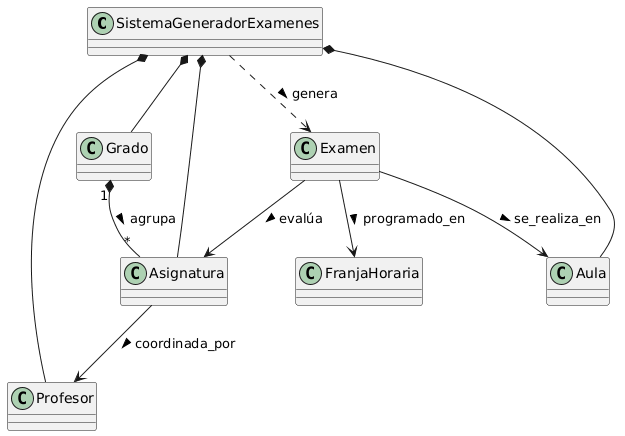
Before: modelos/images/primeraReunionConCliente/DiagramaClasesGeneradorExamenes.png, a diagram exported from PlantUML (Alejandrojuarez0105/25-26-IdSw1-SdR).
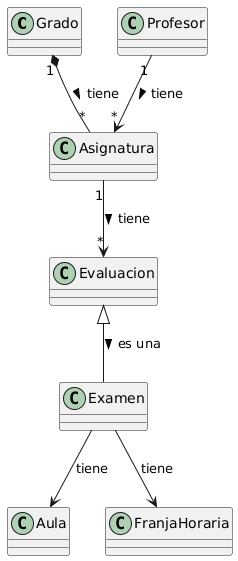
Above is the later version.

Commit message:
Modificación diagrama de clases

Diff of the diagram source:
```diff
@@ -1,28 +1,27 @@
 @startuml
-class SistemaGeneradorExamenes
 
 class Grado
 class Asignatura
 class Profesor
+
+class Evaluacion
+class Examen
+
 class Aula
-
-class Examen
 class FranjaHoraria
 
 
+Evaluacion <|-- Examen : es una >
 
-SistemaGeneradorExamenes *-- Grado
-SistemaGeneradorExamenes *-- Asignatura
-SistemaGeneradorExamenes *-- Profesor
-SistemaGeneradorExamenes *-- Aula
 
-Grado "1" *-- "*" Asignatura : agrupa >
+Grado "1" *-- "*" Asignatura : tiene >
 
-Asignatura --> Profesor : coordinada_por >
+Profesor "1" --> "*" Asignatura : tiene >
 
-Examen --> Asignatura : evalúa >
-Examen --> Aula : se_realiza_en >
-Examen --> FranjaHoraria : programado_en >
+Asignatura "1" --> "*" Evaluacion : tiene >
 
-SistemaGeneradorExamenes ..> Examen : genera >
+
+Examen --> Aula : tiene
+
+Examen --> FranjaHoraria : tiene
 @enduml
```
